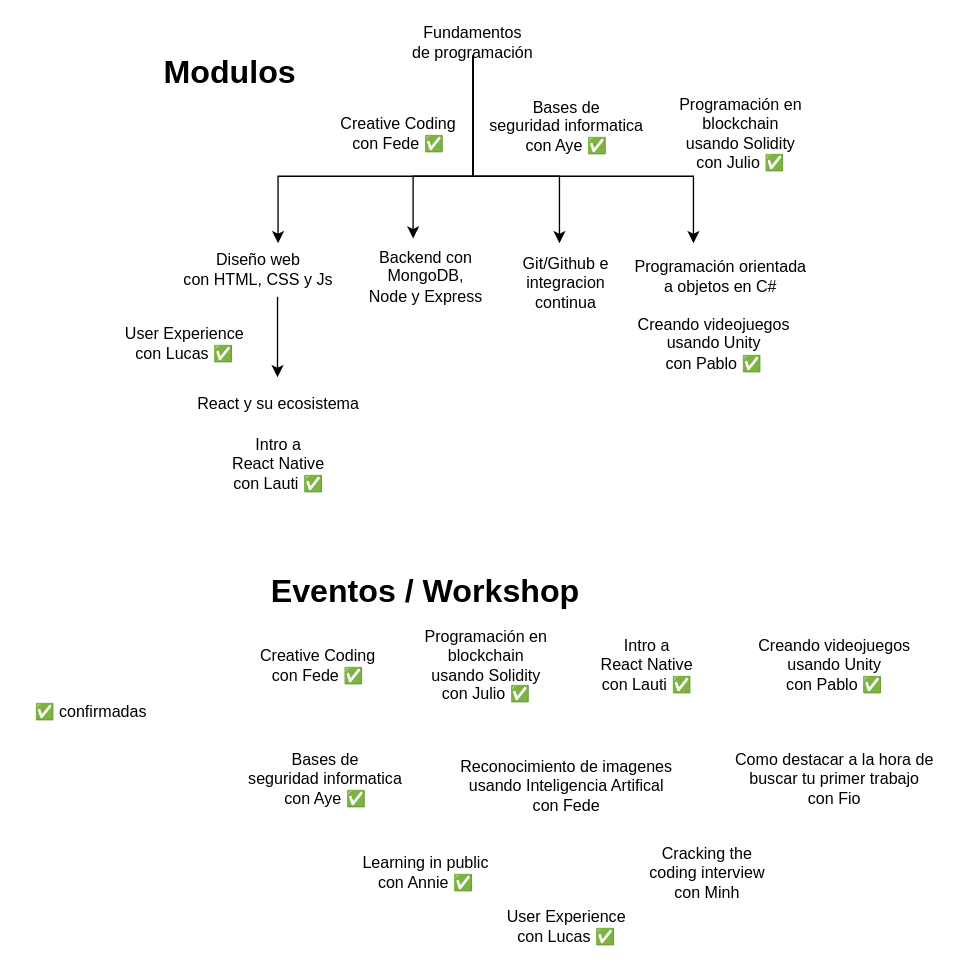
coderhood-dev/academy keeps this draw.io diagram as diagram.drawio. Above is the earlier version. Source tidied: cells renumbered, new cells numbered last; positions are measured from the earlier drawing's top-left corner, leaving out a move shared by most shapes. Both pictures are drawn from the tidied source at 134%, with x=0, y=0 at pixel (23, 28).
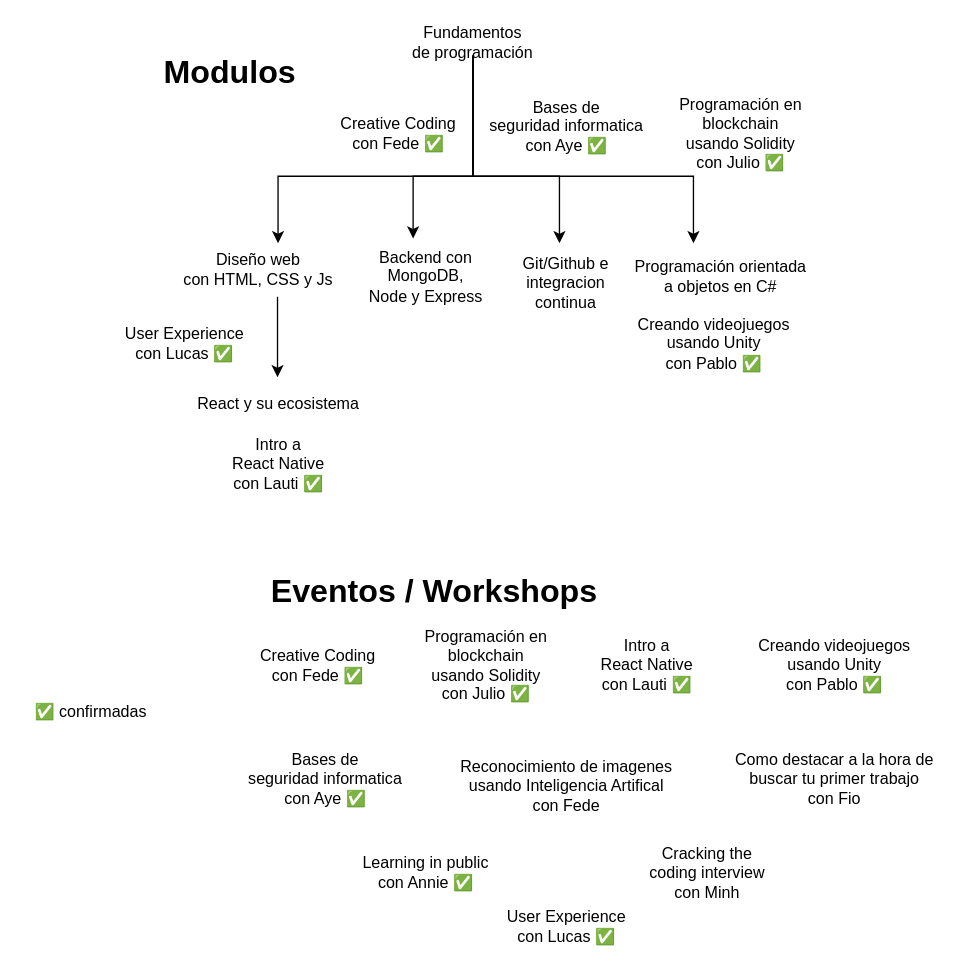
Above is the later version.

Change to the diagram source:
```diff
@@
-    <mxCell id="14" value="&lt;h1&gt;Eventos / Workshop&lt;/h1&gt;&lt;p&gt;&lt;br&gt;&lt;/p&gt;" style="text;html=1;strokeColor=none;fillColor=none;spacing=5;spacingTop=-20;whiteSpace=wrap;overflow=hidden;rounded=0;" parent="1" vertex="1">
-      <mxGeometry x="180" y="400" width="240" height="40" as="geometry" />
+    <mxCell id="14" value="&lt;h1&gt;Eventos / Workshops&lt;/h1&gt;&lt;p&gt;&lt;br&gt;&lt;/p&gt;" style="text;html=1;strokeColor=none;fillColor=none;spacing=5;spacingTop=-20;whiteSpace=wrap;overflow=hidden;rounded=0;" parent="1" vertex="1">
+      <mxGeometry x="180" y="400" width="257" height="40" as="geometry" />
     </mxCell>
```
